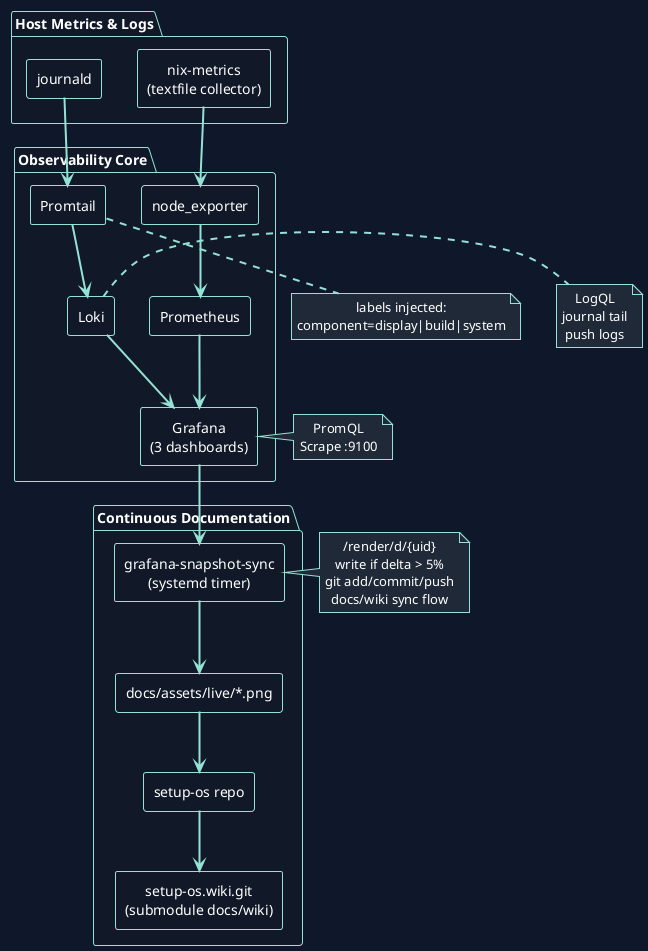
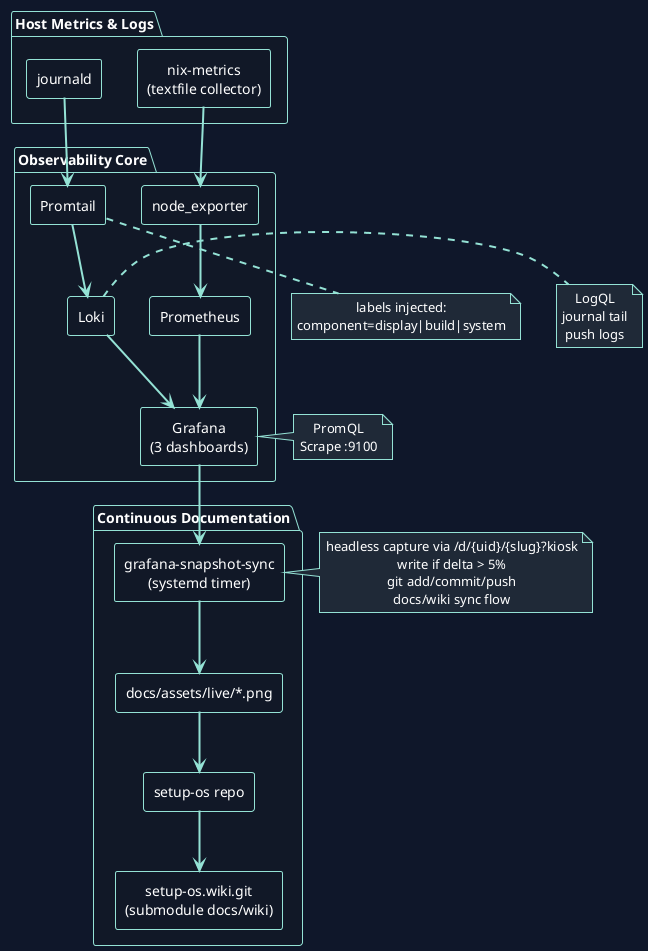
@startuml
!theme plain
skinparam backgroundColor #0f172a
skinparam defaultTextAlignment center
skinparam defaultFontColor #ffffff
skinparam ArrowFontColor #ffffff
skinparam ArrowColor #94e2d5
skinparam ArrowThickness 2
skinparam packageBorderColor #94e2d5
skinparam packageBackgroundColor #111827
skinparam packageFontColor #ffffff
skinparam packageArrowFontColor #ffffff
skinparam rectangleBorderColor #94e2d5
skinparam rectangleBackgroundColor #111827
skinparam rectangleFontColor #ffffff
skinparam rectangleArrowFontColor #ffffff
skinparam noteBackgroundColor #1f2937
skinparam noteBorderColor #94e2d5
skinparam noteFontColor #ffffff

package "Host Metrics & Logs" {
  rectangle "nix-metrics\n(textfile collector)" as nix_metrics
  rectangle "journald" as journald
}

package "Observability Core" {
  rectangle "node_exporter" as node_exporter
  rectangle "Prometheus" as prometheus
  rectangle "Promtail" as promtail
  rectangle "Loki" as loki
  rectangle "Grafana\n(3 dashboards)" as grafana
}

package "Continuous Documentation" {
  rectangle "grafana-snapshot-sync\n(systemd timer)" as snapshot
  rectangle "docs/assets/live/*.png" as pngs
  rectangle "setup-os repo" as repo
  rectangle "setup-os.wiki.git\n(submodule docs/wiki)" as wiki
}

nix_metrics --> node_exporter

node_exporter --> prometheus

prometheus --> grafana

note right of grafana
PromQL
Scrape :9100
end note

journald --> promtail

promtail --> loki

loki --> grafana

note right of loki
LogQL
journal tail
push logs
end note

grafana --> snapshot

snapshot --> pngs

pngs --> repo

repo --> wiki

note right of snapshot
- /render/d/{uid}
+ headless capture via /d/{uid}/{slug}?kiosk
write if delta > 5%
git add/commit/push
docs/wiki sync flow
end note

note bottom of promtail
labels injected:
component=display|build|system
end note

@enduml
